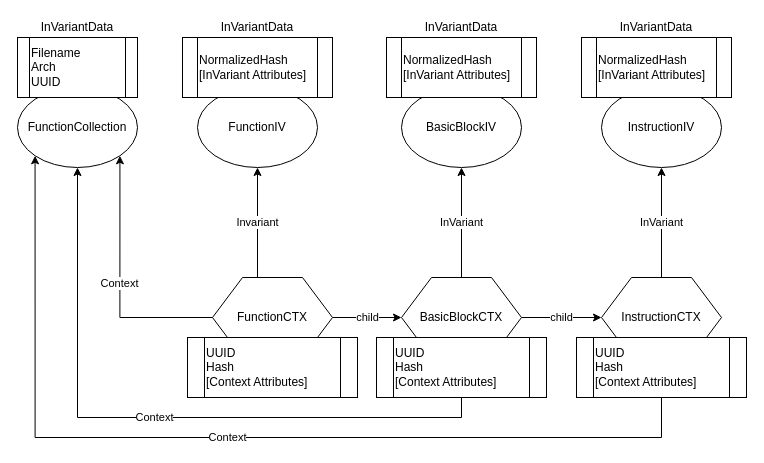
CySHell/NinjDiff keeps this draw.io diagram as BinjDiff.drawio. Above is the earlier version. Source tidied: cells renumbered, new cells numbered last; positions are measured from the earlier drawing's top-left corner, leaving out a move shared by most shapes. Both pictures are drawn from the tidied source at 100%, with x=0, y=0 at pixel (17, 17).
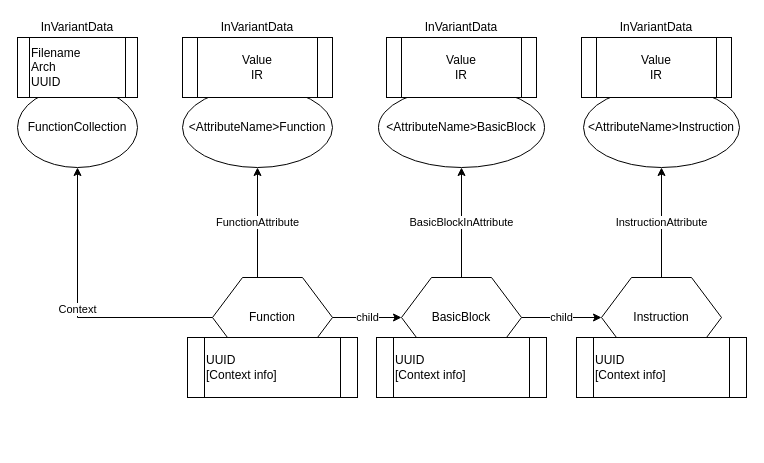
The same page after the edit.

Unchanged cells that the change refers to:
```xml
<mxCell id="2" value="FunctionCollection" style="ellipse;whiteSpace=wrap;html=1;" parent="1" vertex="1">
  <mxGeometry y="70" width="120" height="80" as="geometry" />
</mxCell>
```

Change to the diagram source:
```diff
@@
-    <mxCell id="3" value="FunctionIV" style="ellipse;whiteSpace=wrap;html=1;" parent="1" vertex="1">
-      <mxGeometry x="180" y="70" width="120" height="80" as="geometry" />
+    <mxCell id="3" value="&amp;lt;AttributeName&amp;gt;Function" style="ellipse;whiteSpace=wrap;html=1;" parent="1" vertex="1">
+      <mxGeometry x="165" y="70" width="150" height="80" as="geometry" />
     </mxCell>
-    <mxCell id="4" value="BasicBlockIV" style="ellipse;whiteSpace=wrap;html=1;" parent="1" vertex="1">
-      <mxGeometry x="384" y="70" width="120" height="80" as="geometry" />
+    <mxCell id="4" value="&amp;lt;AttributeName&amp;gt;BasicBlock" style="ellipse;whiteSpace=wrap;html=1;" parent="1" vertex="1">
+      <mxGeometry x="361" y="70" width="166" height="80" as="geometry" />
     </mxCell>
-    <mxCell id="5" value="InstructionIV" style="ellipse;whiteSpace=wrap;html=1;" parent="1" vertex="1">
-      <mxGeometry x="584" y="70" width="120" height="80" as="geometry" />
+    <mxCell id="5" value="&amp;lt;AttributeName&amp;gt;Instruction" style="ellipse;whiteSpace=wrap;html=1;" parent="1" vertex="1">
+      <mxGeometry x="566" y="70" width="156" height="80" as="geometry" />
     </mxCell>
@@
-    <mxCell id="9" value="NormalizedHash&lt;br&gt;[InVariant Attributes]" style="shape=process;whiteSpace=wrap;html=1;backgroundOutline=1;align=left;" parent="1" vertex="1">
-      <mxGeometry x="165" y="20" width="150" height="60" as="geometry" />
-    </mxCell>
-    <mxCell id="10" value="Context" style="edgeStyle=orthogonalEdgeStyle;rounded=0;jettySize=auto;html=1;entryX=1;entryY=1;entryDx=0;entryDy=0;" parent="1" edge="1" source="12" target="2">
+    <mxCell id="10" value="Context" style="edgeStyle=orthogonalEdgeStyle;rounded=0;jettySize=auto;html=1;" parent="1" edge="1" source="12">
       <mxGeometry relative="1" as="geometry">
+        <mxPoint x="60" y="150" as="targetPoint" />
         <Array as="points">
-          <mxPoint x="102" y="300" />
+          <mxPoint x="60" y="300" />
         </Array>
       </mxGeometry>
     </mxCell>
@@
-    <mxCell id="12" value="FunctionCTX" style="shape=hexagon;perimeter=hexagonPerimeter2;whiteSpace=wrap;html=1;" parent="1" vertex="1">
+    <mxCell id="12" value="Function" style="shape=hexagon;perimeter=hexagonPerimeter2;whiteSpace=wrap;html=1;" parent="1" vertex="1">
       <mxGeometry x="195" y="260" width="120" height="80" as="geometry" />
     </mxCell>
@@
-    <mxCell id="14" value="BasicBlockCTX" style="shape=hexagon;perimeter=hexagonPerimeter2;whiteSpace=wrap;html=1;" parent="1" vertex="1">
+    <mxCell id="14" value="BasicBlock" style="shape=hexagon;perimeter=hexagonPerimeter2;whiteSpace=wrap;html=1;" parent="1" vertex="1">
       <mxGeometry x="384" y="260" width="120" height="80" as="geometry" />
     </mxCell>
-    <mxCell id="15" value="InstructionCTX" style="shape=hexagon;perimeter=hexagonPerimeter2;whiteSpace=wrap;html=1;" parent="1" vertex="1">
+    <mxCell id="15" value="Instruction" style="shape=hexagon;perimeter=hexagonPerimeter2;whiteSpace=wrap;html=1;" parent="1" vertex="1">
       <mxGeometry x="584" y="260" width="120" height="80" as="geometry" />
     </mxCell>
-    <mxCell id="16" value="UUID&lt;br&gt;Hash&lt;br&gt;[Context Attributes]" style="shape=process;whiteSpace=wrap;html=1;backgroundOutline=1;align=left;" parent="1" vertex="1">
+    <mxCell id="16" value="UUID&lt;br&gt;[Context info]" style="shape=process;whiteSpace=wrap;html=1;backgroundOutline=1;align=left;" parent="1" vertex="1">
       <mxGeometry x="170" y="320" width="170" height="60" as="geometry" />
     </mxCell>
@@
-    <mxCell id="18" value="NormalizedHash&lt;br&gt;[InVariant Attributes]" style="shape=process;whiteSpace=wrap;html=1;backgroundOutline=1;align=left;" parent="1" vertex="1">
-      <mxGeometry x="369" y="20" width="150" height="60" as="geometry" />
-    </mxCell>
@@
-    <mxCell id="20" value="NormalizedHash&lt;br&gt;[InVariant Attributes]" style="shape=process;whiteSpace=wrap;html=1;backgroundOutline=1;align=left;" parent="1" vertex="1">
+    <mxCell id="20" value="Value&lt;br&gt;IR&lt;br&gt;" style="shape=process;whiteSpace=wrap;html=1;backgroundOutline=1;align=center;" parent="1" vertex="1">
       <mxGeometry x="564" y="20" width="150" height="60" as="geometry" />
     </mxCell>
-    <mxCell id="21" value="Invariant" style="rounded=0;jettySize=auto;html=1;exitX=0.375;exitY=0;exitDx=0;exitDy=0;entryX=0.5;entryY=1;entryDx=0;entryDy=0;" parent="1" edge="1" source="12" target="3">
+    <mxCell id="21" value="FunctionAttribute" style="rounded=0;jettySize=auto;html=1;exitX=0.375;exitY=0;exitDx=0;exitDy=0;entryX=0.5;entryY=1;entryDx=0;entryDy=0;" parent="1" edge="1" source="12" target="3">
       <mxGeometry relative="1" as="geometry" />
     </mxCell>
-    <mxCell id="22" value="InVariant" style="rounded=0;jettySize=auto;html=1;entryX=0.5;entryY=1;entryDx=0;entryDy=0;exitX=0.5;exitY=0;exitDx=0;exitDy=0;" parent="1" edge="1" source="14" target="4">
+    <mxCell id="22" value="BasicBlockInAttribute" style="rounded=0;jettySize=auto;html=1;entryX=0.5;entryY=1;entryDx=0;entryDy=0;exitX=0.5;exitY=0;exitDx=0;exitDy=0;" parent="1" edge="1" source="14" target="4">
       <mxGeometry relative="1" as="geometry" />
     </mxCell>
-    <mxCell id="23" value="InVariant" style="rounded=0;jettySize=auto;html=1;exitX=0.5;exitY=0;exitDx=0;exitDy=0;entryX=0.5;entryY=1;entryDx=0;entryDy=0;" parent="1" edge="1" source="15" target="5">
+    <mxCell id="23" value="InstructionAttribute" style="rounded=0;jettySize=auto;html=1;exitX=0.5;exitY=0;exitDx=0;exitDy=0;entryX=0.5;entryY=1;entryDx=0;entryDy=0;" parent="1" edge="1" source="15" target="5">
       <mxGeometry relative="1" as="geometry" />
     </mxCell>
-    <mxCell id="24" value="UUID&lt;br&gt;Hash&lt;br&gt;[Context Attributes]" style="shape=process;whiteSpace=wrap;html=1;backgroundOutline=1;align=left;" parent="1" vertex="1">
+    <mxCell id="24" value="UUID&lt;br&gt;[Context info]" style="shape=process;whiteSpace=wrap;html=1;backgroundOutline=1;align=left;" parent="1" vertex="1">
       <mxGeometry x="359" y="320" width="170" height="60" as="geometry" />
     </mxCell>
-    <mxCell id="25" value="UUID&lt;br&gt;Hash&lt;br&gt;[Context Attributes]" style="shape=process;whiteSpace=wrap;html=1;backgroundOutline=1;align=left;" parent="1" vertex="1">
+    <mxCell id="25" value="UUID&lt;br&gt;[Context info]" style="shape=process;whiteSpace=wrap;html=1;backgroundOutline=1;align=left;" parent="1" vertex="1">
       <mxGeometry x="559" y="320" width="170" height="60" as="geometry" />
     </mxCell>
-    <mxCell id="26" value="Context" style="edgeStyle=orthogonalEdgeStyle;rounded=0;jettySize=auto;html=1;exitX=0.5;exitY=1;exitDx=0;exitDy=0;" parent="1" edge="1" source="24">
-      <mxGeometry relative="1" as="geometry">
-        <mxPoint x="60" y="150" as="targetPoint" />
-        <Array as="points">
-          <mxPoint x="444" y="400" />
-          <mxPoint x="60" y="400" />
-          <mxPoint x="60" y="150" />
-        </Array>
-      </mxGeometry>
-    </mxCell>
-    <mxCell id="27" value="Context" style="edgeStyle=orthogonalEdgeStyle;rounded=0;jettySize=auto;html=1;exitX=0.5;exitY=1;exitDx=0;exitDy=0;entryX=0;entryY=1;entryDx=0;entryDy=0;" parent="1" edge="1" source="25" target="2">
-      <mxGeometry relative="1" as="geometry">
-        <Array as="points">
-          <mxPoint x="644" y="420" />
-          <mxPoint x="18" y="420" />
-        </Array>
-      </mxGeometry>
-    </mxCell>
+    <mxCell id="28" value="Value&lt;br&gt;IR&lt;br&gt;" style="shape=process;whiteSpace=wrap;html=1;backgroundOutline=1;align=center;" parent="1" vertex="1">
+      <mxGeometry x="369" y="20" width="150" height="60" as="geometry" />
+    </mxCell>
+    <mxCell id="29" value="Value&lt;br&gt;IR&lt;br&gt;" style="shape=process;whiteSpace=wrap;html=1;backgroundOutline=1;align=center;" parent="1" vertex="1">
+      <mxGeometry x="165" y="20" width="150" height="60" as="geometry" />
+    </mxCell>
```
